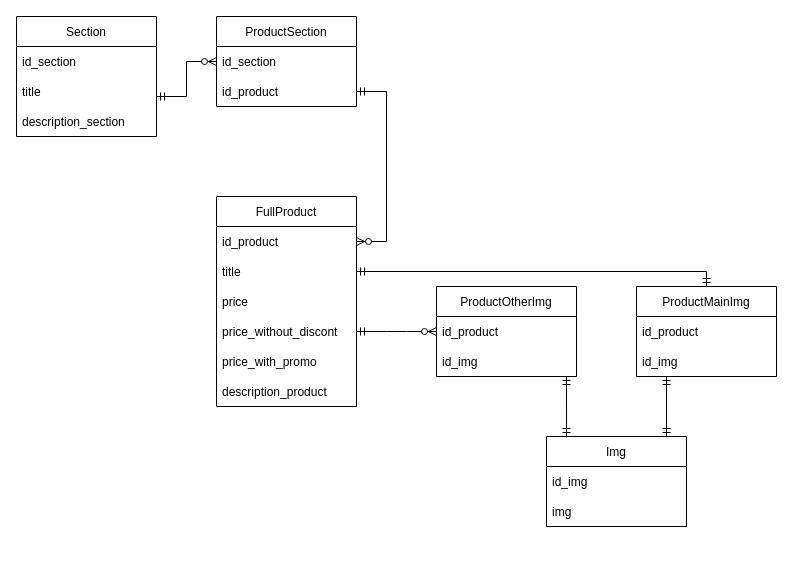
Above: схема.drawio in AlexandraGribova/i20JS (draw.io), before the change. Source tidied: cells renumbered, new cells numbered last; positions are measured from the earlier drawing's top-left corner, leaving out a move shared by most shapes. Both pictures are drawn from the tidied source at 100%, with x=0, y=0 at pixel (16, 16).
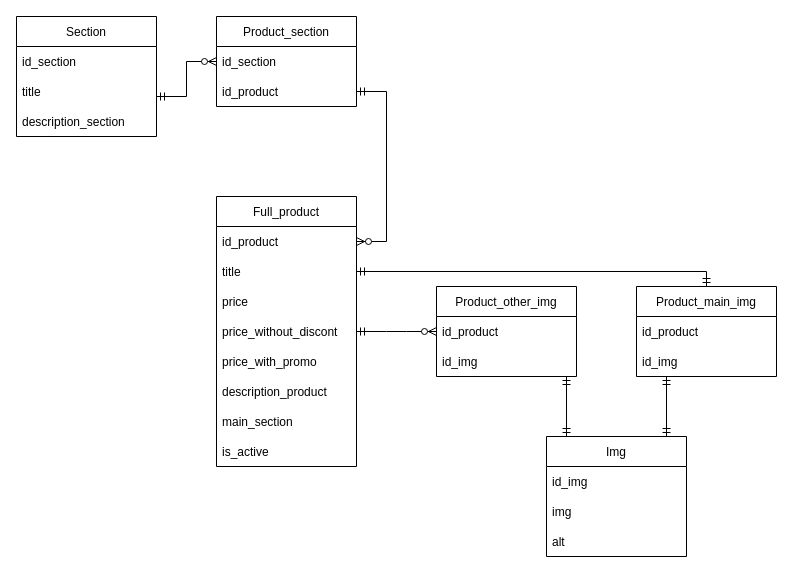
The same diagram, later.

Change to the diagram source:
```diff
@@
-    <mxCell id="6" value="ProductSection" style="swimlane;fontStyle=0;horizontal=1;startSize=30;" parent="1" vertex="1">
+    <mxCell id="6" value="Product_section" style="swimlane;fontStyle=0;horizontal=1;startSize=30;" parent="1" vertex="1">
       <mxGeometry x="200" width="140" height="90" as="geometry" />
     </mxCell>
@@
-    <mxCell id="9" value="FullProduct" style="swimlane;fontStyle=0;horizontal=1;startSize=30;" parent="1" vertex="1">
-      <mxGeometry x="200" y="180" width="140" height="210" as="geometry" />
+    <mxCell id="9" value="Full_product" style="swimlane;fontStyle=0;horizontal=1;startSize=30;" parent="1" vertex="1">
+      <mxGeometry x="200" y="180" width="140" height="270" as="geometry" />
     </mxCell>
@@
+    <mxCell id="31" value="main_section" style="text;strokeColor=none;fillColor=none;align=left;verticalAlign=middle;spacingLeft=4;spacingRight=4;overflow=hidden;" parent="9" vertex="1">
+      <mxGeometry y="210" width="140" height="30" as="geometry" />
+    </mxCell>
+    <mxCell id="32" value="is_active" style="text;strokeColor=none;fillColor=none;align=left;verticalAlign=middle;spacingLeft=4;spacingRight=4;overflow=hidden;" parent="9" vertex="1">
+      <mxGeometry y="240" width="140" height="30" as="geometry" />
+    </mxCell>
-    <mxCell id="16" value="ProductMainImg" style="swimlane;fontStyle=0;horizontal=1;startSize=30;" parent="1" vertex="1">
+    <mxCell id="16" value="Product_main_img" style="swimlane;fontStyle=0;horizontal=1;startSize=30;" parent="1" vertex="1">
       <mxGeometry x="620" y="270" width="140" height="90" as="geometry" />
     </mxCell>
@@
-    <mxCell id="19" value="ProductOtherImg" style="swimlane;fontStyle=0;horizontal=1;startSize=30;" parent="1" vertex="1">
+    <mxCell id="19" value="Product_other_img" style="swimlane;fontStyle=0;horizontal=1;startSize=30;" parent="1" vertex="1">
       <mxGeometry x="420" y="270" width="140" height="90" as="geometry" />
     </mxCell>
@@
     <mxCell id="22" value="Img" style="swimlane;fontStyle=0;horizontal=1;startSize=30;" parent="1" vertex="1">
-      <mxGeometry x="530" y="420" width="140" height="90" as="geometry" />
+      <mxGeometry x="530" y="420" width="140" height="120" as="geometry" />
     </mxCell>
@@
+    <mxCell id="33" value="alt" style="text;strokeColor=none;fillColor=none;align=left;verticalAlign=middle;spacingLeft=4;spacingRight=4;overflow=hidden;" parent="22" vertex="1">
+      <mxGeometry y="90" width="140" height="30" as="geometry" />
+    </mxCell>
```
